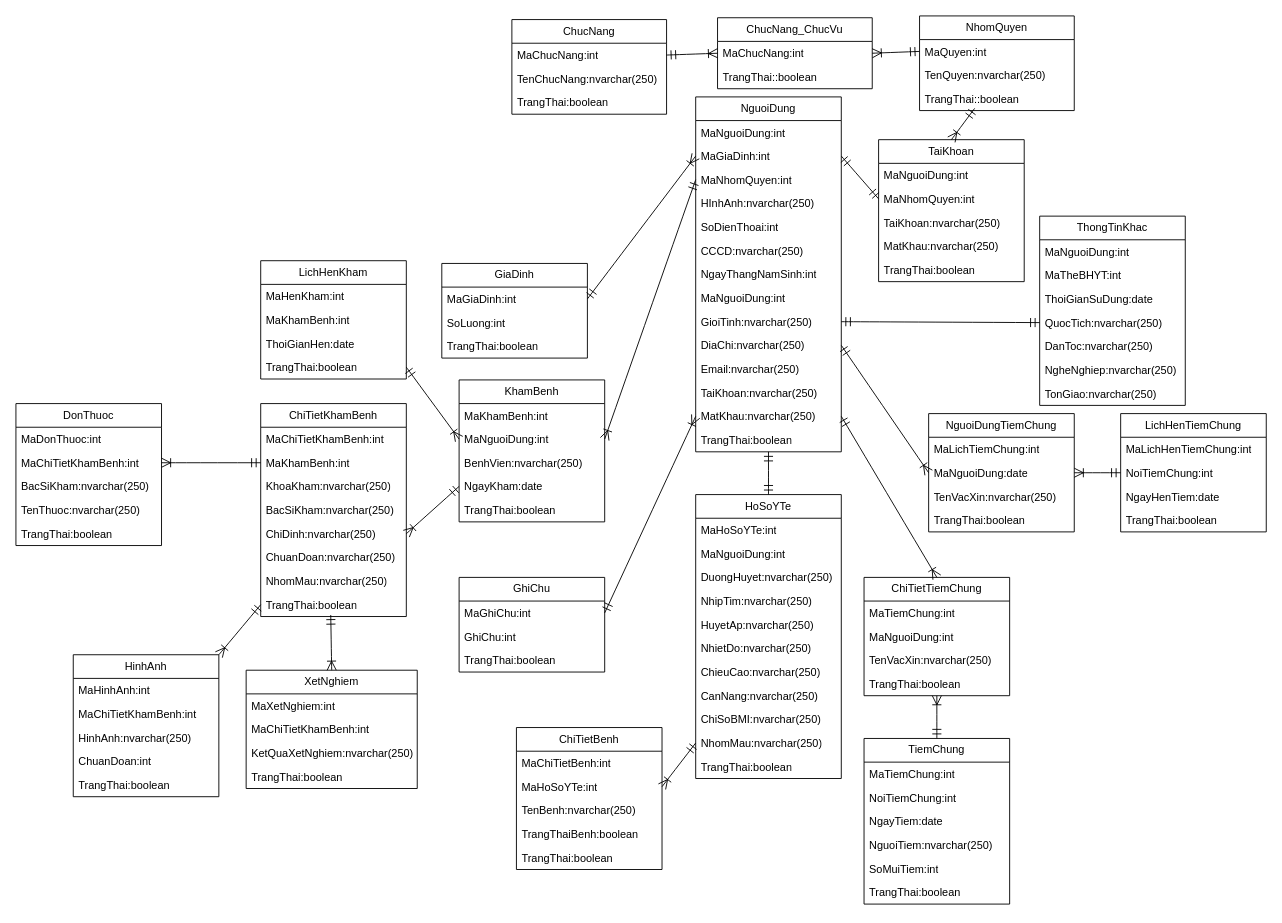
Above: nhatkykhamsukhoe.drawio in maivantai2003/vercelDemo (draw.io), before the change. Source tidied: cells renumbered, new cells numbered last; positions are measured from the earlier drawing's top-left corner, leaving out a move shared by most shapes. Both pictures are drawn from the tidied source at 91%, with x=0, y=0 at pixel (15, 15).
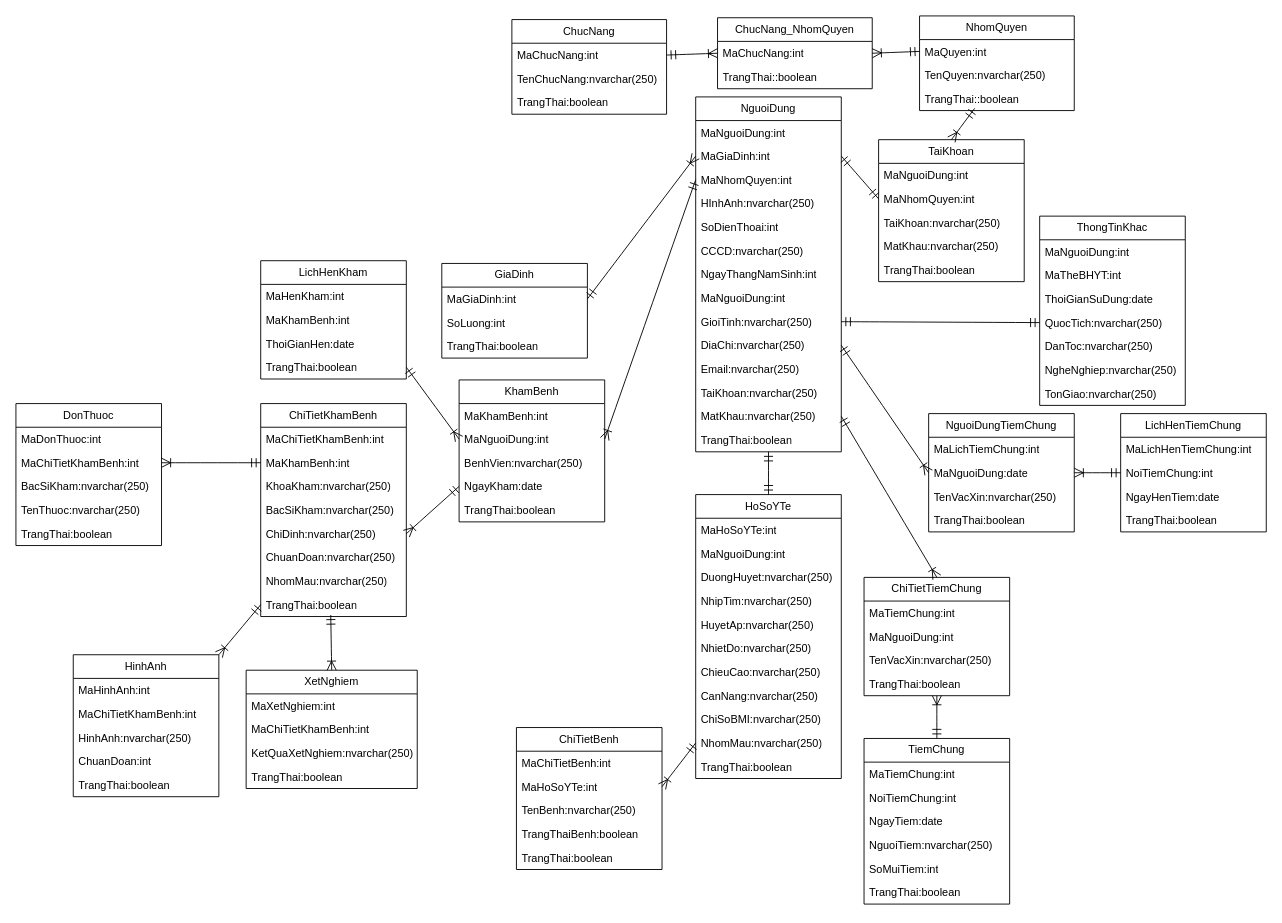
After the change.

Unchanged cells that the change refers to:
```xml
<mxCell id="35" value="MatKhau:nvarchar(250)" style="text;strokeColor=none;fillColor=none;align=left;verticalAlign=top;spacingLeft=4;spacingRight=4;overflow=hidden;points=[[0,0.5],[1,0.5]];portConstraint=eastwest;whiteSpace=wrap;html=1;" parent="22" vertex="1">
  <mxGeometry y="338" width="160" height="26" as="geometry" />
</mxCell>
```

What changed in the source:
```diff
@@
-    <mxCell id="12" value="ChucNang_ChucVu" style="swimlane;fontStyle=0;horizontal=1;startSize=26;fillColor=none;whiteSpace=wrap;html=1;" parent="1" vertex="1">
+    <mxCell id="12" value="ChucNang_NhomQuyen" style="swimlane;fontStyle=0;horizontal=1;startSize=26;fillColor=none;whiteSpace=wrap;html=1;" parent="1" vertex="1">
       <mxGeometry x="771" y="2" width="170" height="78" as="geometry" />
     </mxCell>
@@
-    <mxCell id="132" value="GhiChu" style="swimlane;fontStyle=0;horizontal=1;startSize=26;fillColor=none;whiteSpace=wrap;html=1;" parent="1" vertex="1">
-      <mxGeometry x="487" y="617" width="160" height="104" as="geometry" />
-    </mxCell>
-    <mxCell id="133" value="MaGhiChu:int" style="text;strokeColor=none;fillColor=none;align=left;verticalAlign=top;spacingLeft=4;spacingRight=4;overflow=hidden;points=[[0,0.5],[1,0.5]];portConstraint=eastwest;whiteSpace=wrap;html=1;" parent="132" vertex="1">
-      <mxGeometry y="26" width="160" height="26" as="geometry" />
-    </mxCell>
-    <mxCell id="134" value="GhiChu:int" style="text;strokeColor=none;fillColor=none;align=left;verticalAlign=top;spacingLeft=4;spacingRight=4;overflow=hidden;whiteSpace=wrap;html=1;" parent="132" vertex="1">
-      <mxGeometry y="52" width="160" height="26" as="geometry" />
-    </mxCell>
-    <mxCell id="135" value="TrangThai:boolean" style="text;strokeColor=none;fillColor=none;align=left;verticalAlign=top;spacingLeft=4;spacingRight=4;overflow=hidden;whiteSpace=wrap;html=1;" parent="132" vertex="1">
-      <mxGeometry y="78" width="160" height="26" as="geometry" />
-    </mxCell>
-    <mxCell id="136" style="edgeStyle=none;curved=1;rounded=0;jettySize=auto;html=1;exitX=0;exitY=0.5;exitDx=0;exitDy=0;entryX=1;entryY=0.5;entryDx=0;entryDy=0;fontSize=12;startSize=8;endSize=8;startArrow=ERoneToMany;startFill=0;endArrow=ERmandOne;endFill=0;" parent="1" edge="1" source="35" target="133">
-      <mxGeometry relative="1" as="geometry" />
-    </mxCell>
```
